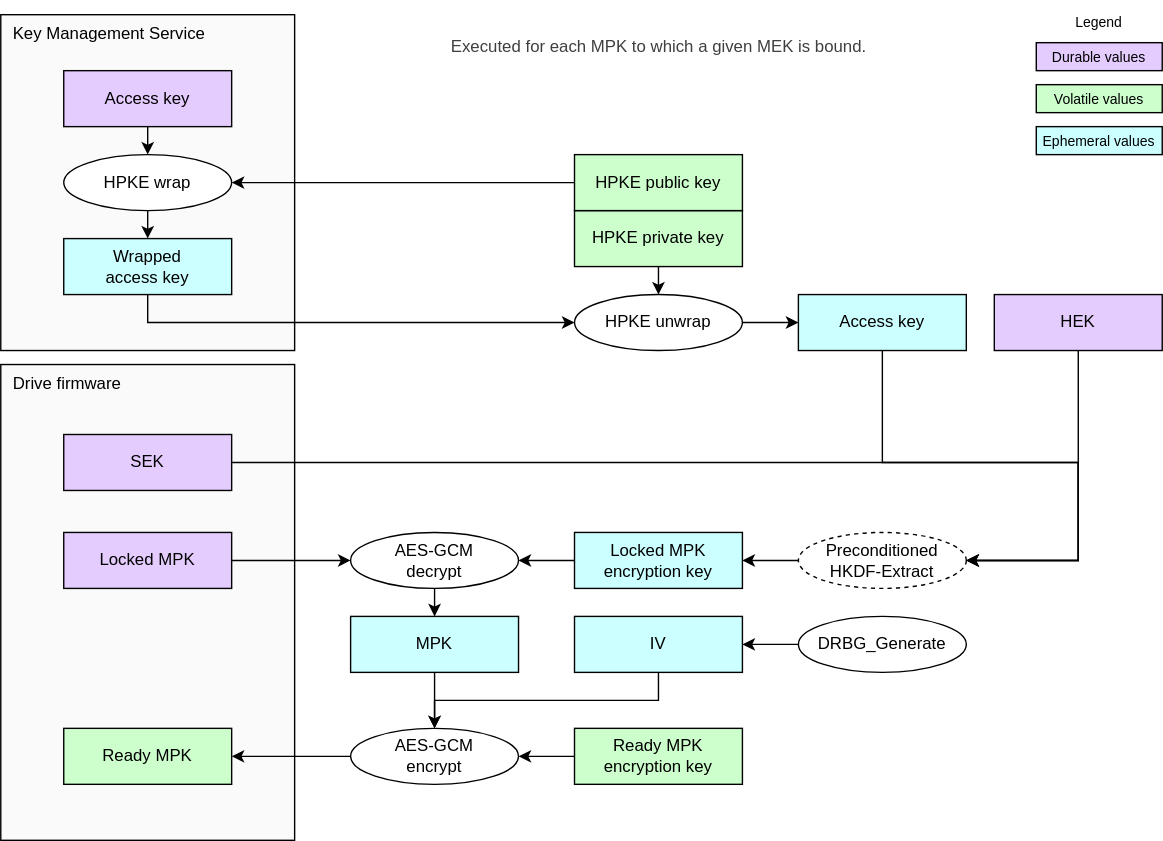
This is doc/ocp_lock/diagrams/mpk_ready.drawio.svg from chipsalliance/Caliptra, a draw.io export, as it was before one commit. Source tidied: cells renumbered, new cells last; positions are measured from the earlier drawing's top-left corner, leaving out a move shared by most shapes.
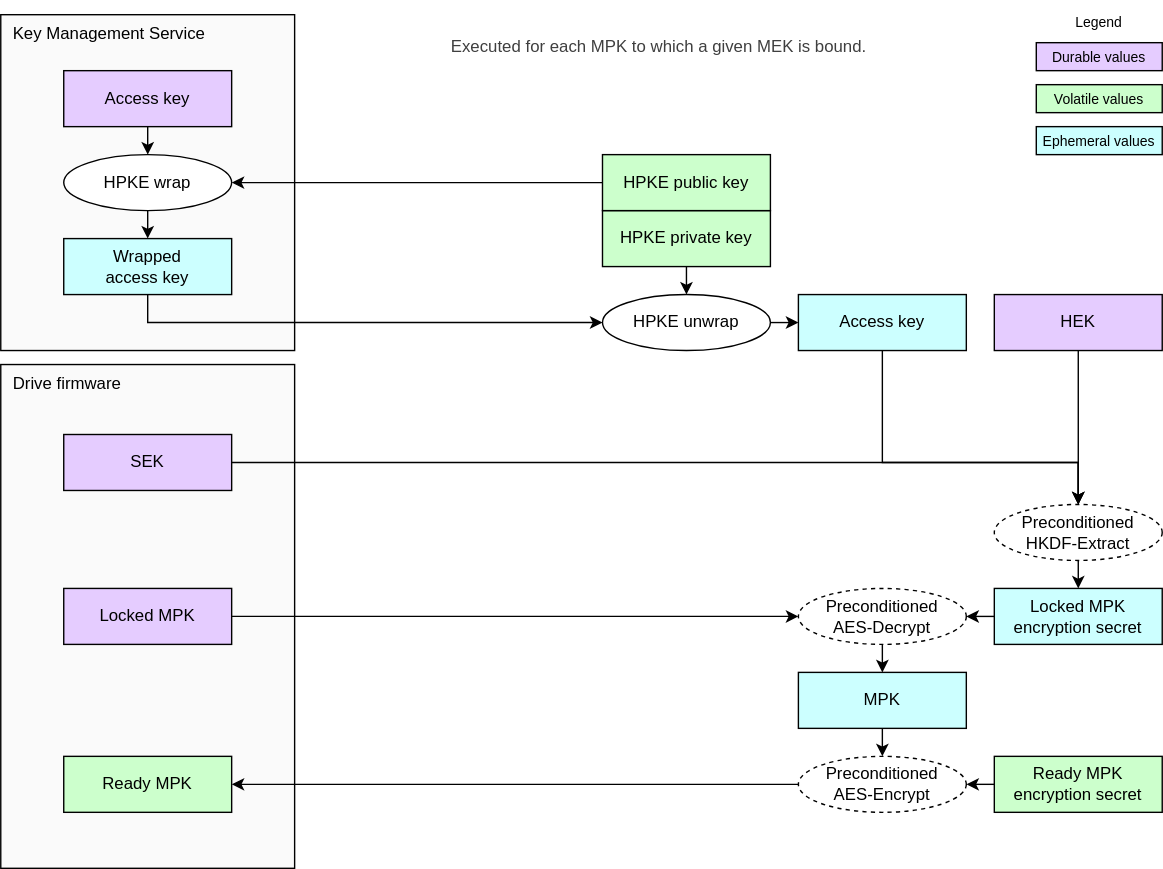
Later version of the same file.

The edit, as a diff of the source:
```diff
@@ -3,80 +3,60 @@
     <mxCell id="0" />
     <mxCell id="1" parent="0" />
     <mxCell id="2" value="Drive firmware" style="rounded=0;whiteSpace=wrap;html=1;fillColor=#FAFAFA;strokeColor=#000000;align=left;verticalAlign=top;spacingLeft=7;" parent="1" vertex="1">
-      <mxGeometry y="260" width="210" height="340" as="geometry" />
+      <mxGeometry y="260" width="210" height="360" as="geometry" />
     </mxCell>
     <mxCell id="3" value="Key Management Service" style="rounded=0;whiteSpace=wrap;html=1;fillColor=#FAFAFA;strokeColor=#000000;align=left;verticalAlign=top;spacingLeft=7;" parent="1" vertex="1">
       <mxGeometry y="10" width="210" height="240" as="geometry" />
     </mxCell>
     <mxCell id="4" value="&lt;div&gt;&lt;font color=&quot;#000000&quot;&gt;Locked MPK&lt;/font&gt;&lt;/div&gt;" style="rounded=0;whiteSpace=wrap;html=1;align=center;verticalAlign=middle;shadow=0;glass=0;spacingLeft=0;spacingBottom=0;spacingTop=0;fillColor=#E5CCFF;" parent="1" vertex="1">
-      <mxGeometry x="45" y="380" width="120" height="40" as="geometry" />
+      <mxGeometry x="45" y="420" width="120" height="40" as="geometry" />
     </mxCell>
     <mxCell id="5" value="&lt;div&gt;&lt;font color=&quot;#000000&quot;&gt;Ready MPK&lt;/font&gt;&lt;/div&gt;" style="rounded=0;whiteSpace=wrap;html=1;align=center;verticalAlign=middle;shadow=0;glass=0;spacingLeft=0;spacingBottom=0;spacingTop=0;fillColor=#CCFFCC;" parent="1" vertex="1">
-      <mxGeometry x="45" y="520" width="120" height="40" as="geometry" />
+      <mxGeometry x="45" y="540" width="120" height="40" as="geometry" />
     </mxCell>
     <mxCell id="6" value="&lt;div&gt;&lt;font color=&quot;#000000&quot;&gt;HEK&lt;/font&gt;&lt;/div&gt;" style="rounded=0;whiteSpace=wrap;html=1;align=center;verticalAlign=middle;shadow=0;glass=0;spacingLeft=0;spacingBottom=0;spacingTop=0;fillColor=#E5CCFF;" parent="1" vertex="1">
       <mxGeometry x="710" y="210" width="120" height="40" as="geometry" />
     </mxCell>
+    <mxCell id="46" style="edgeStyle=none;html=1;exitX=0.5;exitY=1;exitDx=0;exitDy=0;entryX=0.5;entryY=0;entryDx=0;entryDy=0;" parent="1" edge="1" source="7" target="13">
+      <mxGeometry relative="1" as="geometry" />
+    </mxCell>
-    <mxCell id="7" value="&lt;div&gt;&lt;font color=&quot;#000000&quot;&gt;Locked MPK encryption key&lt;/font&gt;&lt;/div&gt;" style="rounded=0;whiteSpace=wrap;html=1;align=center;verticalAlign=middle;shadow=0;glass=0;spacingLeft=0;spacingBottom=0;spacingTop=0;fillColor=#CCFFFF;" parent="1" vertex="1">
-      <mxGeometry x="410" y="380" width="120" height="40" as="geometry" />
+    <mxCell id="7" value="&lt;div&gt;&lt;font color=&quot;#000000&quot;&gt;MPK&lt;/font&gt;&lt;/div&gt;" style="rounded=0;whiteSpace=wrap;html=1;align=center;verticalAlign=middle;shadow=0;glass=0;spacingLeft=0;spacingBottom=0;spacingTop=0;fillColor=#CCFFFF;" parent="1" vertex="1">
+      <mxGeometry x="570" y="480" width="120" height="40" as="geometry" />
     </mxCell>
     <mxCell id="8" value="&lt;div&gt;&lt;font color=&quot;#000000&quot;&gt;Access key&lt;/font&gt;&lt;/div&gt;" style="rounded=0;whiteSpace=wrap;html=1;align=center;verticalAlign=middle;shadow=0;glass=0;spacingLeft=0;spacingBottom=0;spacingTop=0;fillColor=#CCFFFF;" parent="1" vertex="1">
       <mxGeometry x="570" y="210" width="120" height="40" as="geometry" />
     </mxCell>
-    <mxCell id="9" value="&lt;span style=&quot;color: rgb(0, 0, 0);&quot;&gt;Preconditioned&lt;/span&gt;&lt;div&gt;HKDF-Extract&lt;/div&gt;" style="ellipse;whiteSpace=wrap;html=1;fillColor=#FFFFFF;dashed=1;" parent="1" vertex="1">
-      <mxGeometry x="570" y="380" width="120" height="40" as="geometry" />
-    </mxCell>
-    <mxCell id="10" style="edgeStyle=none;html=1;" parent="1" edge="1" source="11" target="20">
-      <mxGeometry relative="1" as="geometry" />
-    </mxCell>
-    <mxCell id="11" value="AES-GCM&lt;div&gt;decrypt&lt;/div&gt;" style="ellipse;whiteSpace=wrap;html=1;fillColor=#FFFFFF;" parent="1" vertex="1">
-      <mxGeometry x="250" y="380" width="120" height="40" as="geometry" />
-    </mxCell>
+    <mxCell id="18" style="edgeStyle=none;html=1;exitX=0;exitY=0.5;exitDx=0;exitDy=0;entryX=1;entryY=0.5;entryDx=0;entryDy=0;" parent="1" edge="1" source="12" target="13">
+      <mxGeometry relative="1" as="geometry" />
+    </mxCell>
-    <mxCell id="12" value="&lt;div&gt;&lt;font color=&quot;#000000&quot;&gt;Ready MPK encryption key&lt;/font&gt;&lt;/div&gt;" style="rounded=0;whiteSpace=wrap;html=1;align=center;verticalAlign=middle;shadow=0;glass=0;spacingLeft=0;spacingBottom=0;spacingTop=0;fillColor=#CCFFCC;" parent="1" vertex="1">
-      <mxGeometry x="410" y="520" width="120" height="40" as="geometry" />
+    <mxCell id="12" value="&lt;div&gt;&lt;font color=&quot;#000000&quot;&gt;Ready MPK encryption secret&lt;/font&gt;&lt;/div&gt;" style="rounded=0;whiteSpace=wrap;html=1;align=center;verticalAlign=middle;shadow=0;glass=0;spacingLeft=0;spacingBottom=0;spacingTop=0;fillColor=#CCFFCC;" parent="1" vertex="1">
+      <mxGeometry x="710" y="540" width="120" height="40" as="geometry" />
     </mxCell>
-    <mxCell id="13" value="AES-GCM&lt;div&gt;encrypt&lt;/div&gt;" style="ellipse;whiteSpace=wrap;html=1;fillColor=#FFFFFF;" parent="1" vertex="1">
-      <mxGeometry x="250" y="520" width="120" height="40" as="geometry" />
+    <mxCell id="13" value="Preconditioned&lt;div&gt;AES-Encrypt&lt;/div&gt;" style="ellipse;whiteSpace=wrap;html=1;fillColor=#FFFFFF;dashed=1;" parent="1" vertex="1">
+      <mxGeometry x="570" y="540" width="120" height="40" as="geometry" />
     </mxCell>
-    <mxCell id="14" style="endArrow=classic;html=1;exitX=1;exitY=0.5;exitDx=0;exitDy=0;entryX=0;entryY=0.5;entryDx=0;entryDy=0;endSize=6;startSize=6;" parent="1" edge="1" source="4" target="11">
+    <mxCell id="14" style="endArrow=classic;html=1;exitX=1;exitY=0.5;exitDx=0;exitDy=0;entryX=0;entryY=0.5;entryDx=0;entryDy=0;endSize=6;startSize=6;" parent="1" edge="1" source="4" target="51">
       <mxGeometry relative="1" as="geometry" />
     </mxCell>
-    <mxCell id="15" style="endArrow=classic;html=1;exitX=0;exitY=0.5;exitDx=0;exitDy=0;entryX=1;entryY=0.5;entryDx=0;entryDy=0;endSize=6;startSize=6;" parent="1" edge="1" source="7" target="11">
-      <mxGeometry relative="1" as="geometry" />
-    </mxCell>
-    <mxCell id="16" style="endArrow=classic;html=1;exitX=0.5;exitY=1;exitDx=0;exitDy=0;endSize=6;startSize=6;entryX=1;entryY=0.5;entryDx=0;entryDy=0;edgeStyle=orthogonalEdgeStyle;rounded=0;curved=0;" parent="1" edge="1" source="8" target="9">
+    <mxCell id="16" style="endArrow=classic;html=1;exitX=0.5;exitY=1;exitDx=0;exitDy=0;endSize=6;startSize=6;edgeStyle=orthogonalEdgeStyle;rounded=0;curved=0;entryX=0.5;entryY=0;entryDx=0;entryDy=0;" parent="1" edge="1" source="8" target="9">
       <mxGeometry relative="1" as="geometry">
         <Array as="points">
           <mxPoint x="630" y="330" />
           <mxPoint x="770" y="330" />
-          <mxPoint x="770" y="400" />
         </Array>
       </mxGeometry>
     </mxCell>
-    <mxCell id="17" style="endArrow=classic;html=1;exitX=0;exitY=0.5;exitDx=0;exitDy=0;entryX=1;entryY=0.5;entryDx=0;entryDy=0;endSize=6;startSize=6;" parent="1" edge="1" source="9" target="7">
-      <mxGeometry relative="1" as="geometry" />
-    </mxCell>
-    <mxCell id="18" style="endArrow=classic;html=1;exitX=0;exitY=0.5;exitDx=0;exitDy=0;entryX=1;entryY=0.5;entryDx=0;entryDy=0;endSize=6;startSize=6;" parent="1" edge="1" source="12" target="13">
-      <mxGeometry relative="1" as="geometry" />
-    </mxCell>
     <mxCell id="19" style="endArrow=classic;html=1;exitX=0;exitY=0.5;exitDx=0;exitDy=0;entryX=1;entryY=0.5;entryDx=0;entryDy=0;endSize=6;startSize=6;" parent="1" edge="1" source="13" target="5">
       <mxGeometry relative="1" as="geometry" />
     </mxCell>
-    <mxCell id="20" value="&lt;div&gt;&lt;font color=&quot;#000000&quot;&gt;MPK&lt;/font&gt;&lt;/div&gt;" style="rounded=0;whiteSpace=wrap;html=1;align=center;verticalAlign=middle;shadow=0;glass=0;spacingLeft=0;spacingBottom=0;spacingTop=0;fillColor=#CCFFFF;" parent="1" vertex="1">
-      <mxGeometry x="250" y="440" width="120" height="40" as="geometry" />
-    </mxCell>
-    <mxCell id="21" style="edgeStyle=segmentEdgeStyle;endArrow=classic;html=1;curved=0;rounded=0;endSize=6;startSize=6;entryX=1;entryY=0.5;entryDx=0;entryDy=0;exitX=0.5;exitY=1;exitDx=0;exitDy=0;" parent="1" edge="1" source="6" target="9">
-      <mxGeometry relative="1" as="geometry">
-        <Array as="points">
-          <mxPoint x="770" y="400" />
-        </Array>
-      </mxGeometry>
+    <mxCell id="21" style="edgeStyle=segmentEdgeStyle;endArrow=classic;html=1;curved=0;rounded=0;endSize=6;startSize=6;exitX=0.5;exitY=1;exitDx=0;exitDy=0;entryX=0.5;entryY=0;entryDx=0;entryDy=0;" parent="1" edge="1" source="6" target="9">
+      <mxGeometry relative="1" as="geometry" />
     </mxCell>
     <mxCell id="22" value="&lt;div&gt;&lt;font color=&quot;#000000&quot;&gt;HPKE private key&lt;/font&gt;&lt;/div&gt;" style="rounded=0;whiteSpace=wrap;html=1;align=center;verticalAlign=middle;shadow=0;glass=0;spacingLeft=0;spacingBottom=0;spacingTop=0;fillColor=#CCFFCC;" parent="1" vertex="1">
-      <mxGeometry x="410" y="150" width="120" height="40" as="geometry" />
+      <mxGeometry x="430" y="150" width="120" height="40" as="geometry" />
     </mxCell>
     <mxCell id="23" value="HPKE unwrap" style="ellipse;whiteSpace=wrap;html=1;fillColor=#FFFFFF;" parent="1" vertex="1">
-      <mxGeometry x="410" y="210" width="120" height="40" as="geometry" />
+      <mxGeometry x="430" y="210" width="120" height="40" as="geometry" />
     </mxCell>
     <mxCell id="24" style="endArrow=classic;html=1;exitX=1;exitY=0.5;exitDx=0;exitDy=0;endSize=6;startSize=6;" parent="1" edge="1" source="23" target="8">
       <mxGeometry relative="1" as="geometry" />
@@ -88,7 +68,7 @@
       <mxGeometry x="45" y="110" width="120" height="40" as="geometry" />
     </mxCell>
     <mxCell id="27" value="&lt;div&gt;&lt;font color=&quot;#000000&quot;&gt;HPKE public key&lt;/font&gt;&lt;/div&gt;" style="rounded=0;whiteSpace=wrap;html=1;align=center;verticalAlign=middle;shadow=0;glass=0;spacingLeft=0;spacingBottom=0;spacingTop=0;fillColor=#CCFFCC;" parent="1" vertex="1">
-      <mxGeometry x="410" y="110" width="120" height="40" as="geometry" />
+      <mxGeometry x="430" y="110" width="120" height="40" as="geometry" />
     </mxCell>
     <mxCell id="28" style="edgeStyle=segmentEdgeStyle;endArrow=classic;html=1;curved=0;rounded=0;endSize=6;startSize=6;exitX=0;exitY=0.5;exitDx=0;exitDy=0;entryX=1;entryY=0.5;entryDx=0;entryDy=0;" parent="1" edge="1" source="27" target="26">
       <mxGeometry relative="1" as="geometry">
@@ -132,31 +112,37 @@
     <mxCell id="38" style="endArrow=classic;html=1;exitX=0.5;exitY=1;exitDx=0;exitDy=0;endSize=6;startSize=6;entryX=0.5;entryY=0;entryDx=0;entryDy=0;" parent="1" edge="1" source="22" target="23">
       <mxGeometry relative="1" as="geometry" />
     </mxCell>
-    <mxCell id="39" value="&lt;div&gt;&lt;font color=&quot;#000000&quot;&gt;IV&lt;/font&gt;&lt;/div&gt;" style="rounded=0;whiteSpace=wrap;html=1;align=center;verticalAlign=middle;shadow=0;glass=0;spacingLeft=0;spacingBottom=0;spacingTop=0;fillColor=#CCFFFF;" parent="1" vertex="1">
-      <mxGeometry x="410" y="440" width="120" height="40" as="geometry" />
-    </mxCell>
-    <mxCell id="40" value="DRBG_Generate" style="ellipse;whiteSpace=wrap;html=1;fillColor=#FFFFFF;" parent="1" vertex="1">
-      <mxGeometry x="570" y="440" width="120" height="40" as="geometry" />
-    </mxCell>
-    <mxCell id="41" style="endArrow=classic;html=1;exitX=0;exitY=0.5;exitDx=0;exitDy=0;entryX=1;entryY=0.5;entryDx=0;entryDy=0;endSize=6;startSize=6;" parent="1" edge="1" source="40" target="39">
-      <mxGeometry relative="1" as="geometry" />
-    </mxCell>
-    <mxCell id="42" style="edgeStyle=orthogonalEdgeStyle;endArrow=classic;html=1;rounded=0;endSize=6;startSize=6;entryX=0.5;entryY=0;entryDx=0;entryDy=0;exitX=0.5;exitY=1;exitDx=0;exitDy=0;" parent="1" edge="1" source="39" target="13">
-      <mxGeometry relative="1" as="geometry" />
-    </mxCell>
-    <mxCell id="43" style="edgeStyle=none;html=1;exitX=0.5;exitY=1;exitDx=0;exitDy=0;entryX=0.5;entryY=0;entryDx=0;entryDy=0;" parent="1" edge="1" source="20" target="13">
-      <mxGeometry relative="1" as="geometry" />
-    </mxCell>
     <mxCell id="44" value="&lt;div&gt;&lt;font color=&quot;#000000&quot;&gt;SEK&lt;/font&gt;&lt;/div&gt;" style="rounded=0;whiteSpace=wrap;html=1;align=center;verticalAlign=middle;shadow=0;glass=0;spacingLeft=0;spacingBottom=0;spacingTop=0;fillColor=#E5CCFF;" parent="1" vertex="1">
       <mxGeometry x="45" y="310" width="120" height="40" as="geometry" />
     </mxCell>
-    <mxCell id="45" style="endArrow=classic;html=1;exitX=1;exitY=0.5;exitDx=0;exitDy=0;endSize=6;startSize=6;edgeStyle=orthogonalEdgeStyle;rounded=0;entryX=1;entryY=0.5;entryDx=0;entryDy=0;" parent="1" edge="1" source="44" target="9">
+    <mxCell id="45" style="endArrow=classic;html=1;exitX=1;exitY=0.5;exitDx=0;exitDy=0;endSize=6;startSize=6;edgeStyle=orthogonalEdgeStyle;rounded=0;entryX=0.5;entryY=0;entryDx=0;entryDy=0;" parent="1" edge="1" source="44" target="9">
       <mxGeometry relative="1" as="geometry">
         <Array as="points">
           <mxPoint x="770" y="330" />
-          <mxPoint x="770" y="400" />
         </Array>
       </mxGeometry>
     </mxCell>
+    <mxCell id="47" style="edgeStyle=none;html=1;exitX=0.5;exitY=1;exitDx=0;exitDy=0;entryX=0.5;entryY=0;entryDx=0;entryDy=0;" parent="1" edge="1" source="9" target="49">
+      <mxGeometry relative="1" as="geometry" />
+    </mxCell>
+    <mxCell id="9" value="Preconditioned&lt;div&gt;HKDF-Extract&lt;/div&gt;" style="ellipse;whiteSpace=wrap;html=1;fillColor=#FFFFFF;dashed=1;" parent="1" vertex="1">
+      <mxGeometry x="710" y="360" width="120" height="40" as="geometry" />
+    </mxCell>
+    <mxCell id="48" style="edgeStyle=none;html=1;exitX=0;exitY=0.5;exitDx=0;exitDy=0;entryX=1;entryY=0.5;entryDx=0;entryDy=0;" parent="1" edge="1" source="49">
+      <mxGeometry relative="1" as="geometry">
+        <mxPoint x="690" y="440" as="targetPoint" />
+      </mxGeometry>
+    </mxCell>
+    <mxCell id="49" value="&lt;div&gt;&lt;font color=&quot;#000000&quot;&gt;Locked MPK encryption secret&lt;/font&gt;&lt;/div&gt;" style="rounded=0;whiteSpace=wrap;html=1;align=center;verticalAlign=middle;shadow=0;glass=0;spacingLeft=0;spacingBottom=0;spacingTop=0;fillColor=#CCFFFF;" parent="1" vertex="1">
+      <mxGeometry x="710" y="420" width="120" height="40" as="geometry" />
+    </mxCell>
+    <mxCell id="50" style="edgeStyle=none;html=1;exitX=0.5;exitY=1;exitDx=0;exitDy=0;entryX=0.5;entryY=0;entryDx=0;entryDy=0;" parent="1" edge="1" target="7">
+      <mxGeometry relative="1" as="geometry">
+        <mxPoint x="630" y="460" as="sourcePoint" />
+      </mxGeometry>
+    </mxCell>
+    <mxCell id="51" value="Preconditioned&lt;div&gt;AES-Decrypt&lt;/div&gt;" style="ellipse;whiteSpace=wrap;html=1;fillColor=#FFFFFF;dashed=1;" parent="1" vertex="1">
+      <mxGeometry x="570" y="420" width="120" height="40" as="geometry" />
+    </mxCell>
   </root>
 </mxGraphModel>
```
